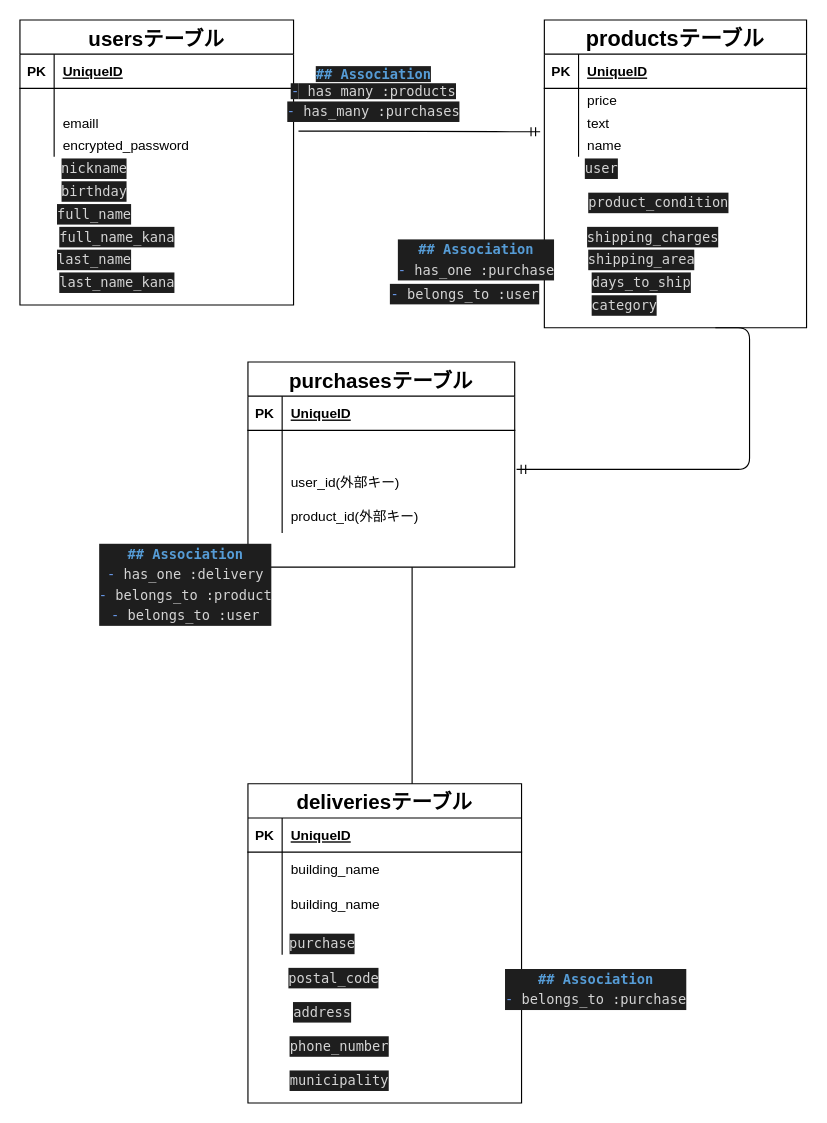
Before: test.dio in nanami-deep/furima-34361, a draw.io diagram. Source tidied: cells renumbered, new cells numbered last; positions are measured from the earlier drawing's top-left corner, leaving out a move shared by most shapes. Both pictures are drawn from the tidied source at 114%, with x=0, y=0 at pixel (19, 19).
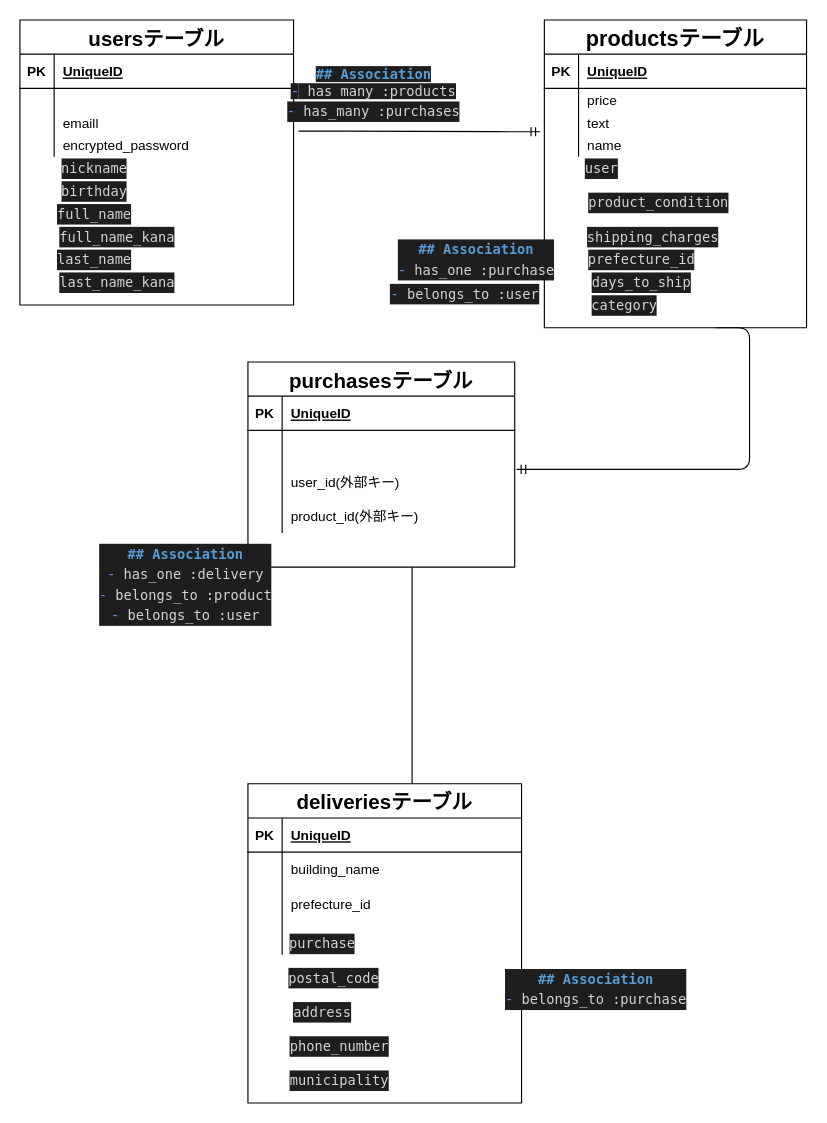
After the change.

Commit message (it also covers changes not shown here):
データベース設計修正8

Unchanged cells that the change refers to:
```xml
<mxCell id="48" style="shape=partialRectangle;fillColor=none;top=0;left=0;bottom=0;right=0;" parent="41" vertex="1">
  <mxGeometry y="90" width="240" height="30" as="geometry" />
</mxCell>
```

Diff of the diagram source:
```diff
@@
-    <mxCell id="50" value="building_name" style="shape=partialRectangle;fillColor=none;top=0;left=0;bottom=0;right=0;align=left;spacingLeft=6;overflow=hidden;" parent="48" vertex="1">
+    <mxCell id="50" value="prefecture_id " style="shape=partialRectangle;fillColor=none;top=0;left=0;bottom=0;right=0;align=left;spacingLeft=6;overflow=hidden;" parent="48" vertex="1">
       <mxGeometry x="30" width="210" height="30" as="geometry" />
     </mxCell>
@@
-    <mxCell id="66" value="&lt;div style=&quot;color: rgb(212 , 212 , 212) ; background-color: rgb(30 , 30 , 30) ; font-family: &amp;#34;menlo&amp;#34; , &amp;#34;monaco&amp;#34; , &amp;#34;courier new&amp;#34; , monospace ; font-size: 12px ; line-height: 18px&quot;&gt;shipping_area &lt;/div&gt;" style="text;html=1;align=center;verticalAlign=middle;fontSize=18;" parent="1" vertex="1">
+    <mxCell id="66" value="&lt;div style=&quot;color: rgb(212 , 212 , 212) ; background-color: rgb(30 , 30 , 30) ; font-family: &amp;#34;menlo&amp;#34; , &amp;#34;monaco&amp;#34; , &amp;#34;courier new&amp;#34; , monospace ; font-size: 12px ; line-height: 18px&quot;&gt;&lt;div style=&quot;font-family: &amp;#34;menlo&amp;#34; , &amp;#34;monaco&amp;#34; , &amp;#34;courier new&amp;#34; , monospace ; line-height: 18px&quot;&gt;prefecture_id &lt;/div&gt;&lt;/div&gt;" style="text;html=1;align=center;verticalAlign=middle;fontSize=18;" parent="1" vertex="1">
       <mxGeometry x="490" y="200" width="110" height="20" as="geometry" />
     </mxCell>
```
